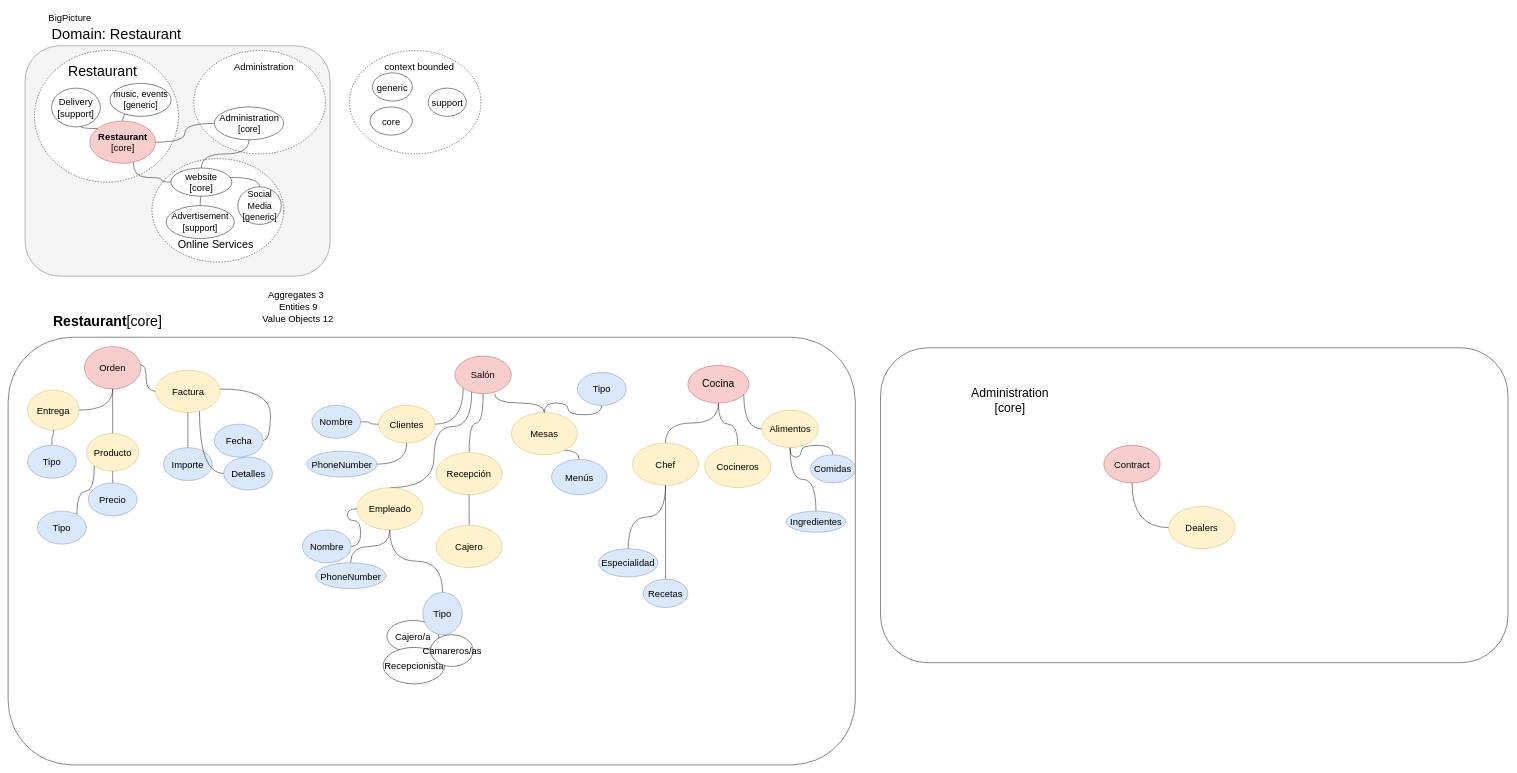
The draw.io diagram page "Análisis" (1 of 3) of DDD Models/reto_burgerRestaurant.drawio in fabrikolof/reto_burgerRestaurant, before the edit. Source tidied: cells renumbered, new cells numbered last; positions are measured from the earlier drawing's top-left corner, leaving out a move shared by most shapes. Both pictures are drawn from the tidied source at 47%, with x=0, y=0 at pixel (8, -488).
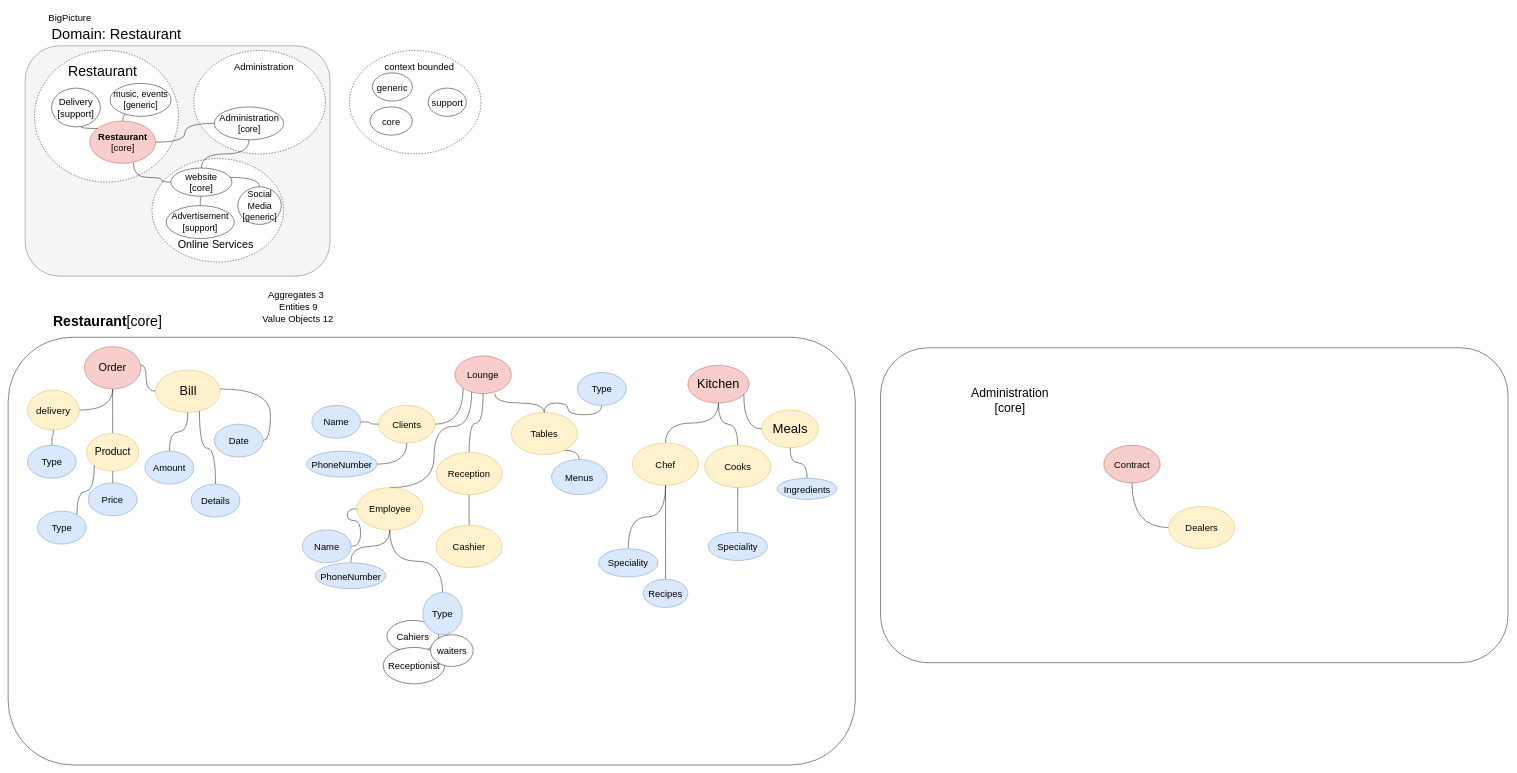
After the change.

Change to the diagram source:
```diff
@@
-    <mxCell id="21" value="&lt;font style=&quot;font-size: 20px;&quot;&gt;Entrega&lt;/font&gt;" style="ellipse;whiteSpace=wrap;html=1;fillColor=#fff2cc;strokeColor=#d6b656;" parent="1" vertex="1">
+    <mxCell id="21" value="&lt;font style=&quot;font-size: 21px;&quot;&gt;delivery&lt;/font&gt;" style="ellipse;whiteSpace=wrap;html=1;fillColor=#fff2cc;strokeColor=#d6b656;" parent="1" vertex="1">
       <mxGeometry x="41" y="1867.5" width="110" height="85" as="geometry" />
     </mxCell>
@@
-    <mxCell id="23" value="&lt;font style=&quot;font-size: 20px;&quot;&gt;Producto&lt;/font&gt;" style="ellipse;whiteSpace=wrap;html=1;fillColor=#fff2cc;strokeColor=#d6b656;" parent="1" vertex="1">
+    <mxCell id="23" value="&lt;font style=&quot;font-size: 22px;&quot;&gt;Product&lt;/font&gt;" style="ellipse;whiteSpace=wrap;html=1;fillColor=#fff2cc;strokeColor=#d6b656;" parent="1" vertex="1">
       <mxGeometry x="166.6" y="1960" width="111.2" height="80" as="geometry" />
     </mxCell>
-    <mxCell id="24" value="&lt;font style=&quot;font-size: 20px;&quot;&gt;Orden&lt;/font&gt;" style="ellipse;whiteSpace=wrap;html=1;fillColor=#f8cecc;strokeColor=#b85450;" parent="1" vertex="1">
+    <mxCell id="24" value="&lt;font style=&quot;font-size: 23px;&quot;&gt;Order&lt;/font&gt;" style="ellipse;whiteSpace=wrap;html=1;fillColor=#f8cecc;strokeColor=#b85450;" parent="1" vertex="1">
       <mxGeometry x="162.2" y="1775" width="120" height="90" as="geometry" />
     </mxCell>
@@
-    <mxCell id="26" value="&lt;font style=&quot;font-size: 20px;&quot;&gt;Factura&lt;/font&gt;" style="ellipse;whiteSpace=wrap;html=1;fillColor=#fff2cc;strokeColor=#d6b656;" parent="1" vertex="1">
+    <mxCell id="26" value="&lt;font style=&quot;font-size: 27px;&quot;&gt;B&lt;/font&gt;&lt;font style=&quot;font-size: 27px;&quot;&gt;&lt;span dir=&quot;ltr&quot; tabindex=&quot;0&quot; role=&quot;button&quot; class=&quot;kgnlhe&quot;&gt;&lt;font style=&quot;font-size: 27px;&quot;&gt;i&lt;/font&gt;ll&lt;/span&gt;&lt;/font&gt;" style="ellipse;whiteSpace=wrap;html=1;fillColor=#fff2cc;strokeColor=#d6b656;" parent="1" vertex="1">
       <mxGeometry x="313.5" y="1825" width="137.5" height="90" as="geometry" />
     </mxCell>
@@
-    <mxCell id="28" value="Clientes" style="ellipse;whiteSpace=wrap;html=1;fontSize=20;fillColor=#fff2cc;strokeColor=#d6b656;" parent="1" vertex="1">
+    <mxCell id="28" value="Clients" style="ellipse;whiteSpace=wrap;html=1;fontSize=20;fillColor=#fff2cc;strokeColor=#d6b656;" parent="1" vertex="1">
       <mxGeometry x="787.9" y="1900" width="120" height="80" as="geometry" />
     </mxCell>
-    <mxCell id="29" style="edgeStyle=orthogonalEdgeStyle;curved=1;jettySize=auto;html=1;fontSize=20;endArrow=none;endFill=0;" parent="1" edge="1" source="30" target="65">
-      <mxGeometry relative="1" as="geometry" />
-    </mxCell>
-    <mxCell id="30" value="Comidas" style="ellipse;whiteSpace=wrap;html=1;fontSize=20;fillColor=#dae8fc;strokeColor=#6c8ebf;" parent="1" vertex="1">
-      <mxGeometry x="1707.2" y="2005" width="95" height="60" as="geometry" />
-    </mxCell>
@@
-    <mxCell id="32" value="Menús" style="ellipse;whiteSpace=wrap;html=1;fontSize=20;fillColor=#dae8fc;strokeColor=#6c8ebf;" parent="1" vertex="1">
+    <mxCell id="32" value="Menus" style="ellipse;whiteSpace=wrap;html=1;fontSize=20;fillColor=#dae8fc;strokeColor=#6c8ebf;" parent="1" vertex="1">
       <mxGeometry x="1156" y="2015" width="118.1" height="75" as="geometry" />
     </mxCell>
-    <mxCell id="33" value="Salón" style="ellipse;whiteSpace=wrap;html=1;fontSize=20;fillColor=#f8cecc;strokeColor=#b85450;" parent="1" vertex="1">
+    <mxCell id="33" value="&lt;span dir=&quot;ltr&quot; tabindex=&quot;0&quot; role=&quot;button&quot; class=&quot;kgnlhe&quot;&gt;Lounge&lt;/span&gt;" style="ellipse;whiteSpace=wrap;html=1;fontSize=20;fillColor=#f8cecc;strokeColor=#b85450;" parent="1" vertex="1">
       <mxGeometry x="950.4" y="1795" width="120" height="80" as="geometry" />
     </mxCell>
@@
-    <mxCell id="35" value="Recepción" style="ellipse;whiteSpace=wrap;html=1;fontSize=20;fillColor=#fff2cc;strokeColor=#d6b656;" parent="1" vertex="1">
+    <mxCell id="35" value="Reception" style="ellipse;whiteSpace=wrap;html=1;fontSize=20;fillColor=#fff2cc;strokeColor=#d6b656;" parent="1" vertex="1">
       <mxGeometry x="910.4" y="2000" width="140.6" height="90" as="geometry" />
     </mxCell>
@@
-    <mxCell id="37" value="Mesas" style="ellipse;whiteSpace=wrap;html=1;fontSize=20;fillColor=#fff2cc;strokeColor=#d6b656;" parent="1" vertex="1">
+    <mxCell id="37" value="Tables" style="ellipse;whiteSpace=wrap;html=1;fontSize=20;fillColor=#fff2cc;strokeColor=#d6b656;" parent="1" vertex="1">
       <mxGeometry x="1070.4" y="1915" width="140.6" height="90" as="geometry" />
     </mxCell>
@@
-    <mxCell id="60" value="&lt;div&gt;Cocineros&lt;/div&gt;" style="ellipse;whiteSpace=wrap;html=1;fontSize=20;fillColor=#fff2cc;strokeColor=#d6b656;" parent="1" vertex="1">
+    <mxCell id="60" value="Cooks" style="ellipse;whiteSpace=wrap;html=1;fontSize=20;fillColor=#fff2cc;strokeColor=#d6b656;" parent="1" vertex="1">
       <mxGeometry x="1481.9" y="1985" width="140.6" height="90" as="geometry" />
     </mxCell>
@@
-    <mxCell id="63" value="&lt;font style=&quot;font-size: 22px;&quot;&gt;Cocina&lt;/font&gt;" style="ellipse;whiteSpace=wrap;html=1;fillColor=#f8cecc;strokeColor=#b85450;" parent="1" vertex="1">
+    <mxCell id="63" value="&lt;font style=&quot;font-size: 27px;&quot;&gt;Kitchen&lt;/font&gt;" style="ellipse;whiteSpace=wrap;html=1;fillColor=#f8cecc;strokeColor=#b85450;" parent="1" vertex="1">
       <mxGeometry x="1446" y="1815" width="130" height="80" as="geometry" />
     </mxCell>
@@
-    <mxCell id="65" value="&lt;font style=&quot;font-size: 20px;&quot;&gt;Alimentos&lt;/font&gt;" style="ellipse;whiteSpace=wrap;html=1;fillColor=#fff2cc;strokeColor=#d6b656;" parent="1" vertex="1">
+    <mxCell id="65" value="&lt;font style=&quot;font-size: 28px;&quot;&gt;Meals&lt;/font&gt;" style="ellipse;whiteSpace=wrap;html=1;fillColor=#fff2cc;strokeColor=#d6b656;" parent="1" vertex="1">
       <mxGeometry x="1603.5" y="1910" width="120" height="80" as="geometry" />
     </mxCell>
@@
-    <mxCell id="67" value="Cajero" style="ellipse;whiteSpace=wrap;html=1;fontSize=20;fillColor=#fff2cc;strokeColor=#d6b656;" parent="1" vertex="1">
+    <mxCell id="67" value="C&lt;span dir=&quot;ltr&quot; tabindex=&quot;0&quot; role=&quot;button&quot; class=&quot;kgnlhe&quot;&gt;ashier&lt;/span&gt;" style="ellipse;whiteSpace=wrap;html=1;fontSize=20;fillColor=#fff2cc;strokeColor=#d6b656;" parent="1" vertex="1">
       <mxGeometry x="910.4" y="2155" width="140.6" height="90" as="geometry" />
     </mxCell>
-    <mxCell id="68" value="Cajero/a" style="ellipse;whiteSpace=wrap;html=1;fontSize=20;" parent="1" vertex="1">
+    <mxCell id="68" value="Cahiers" style="ellipse;whiteSpace=wrap;html=1;fontSize=20;" parent="1" vertex="1">
       <mxGeometry x="805.7" y="2357.5" width="110.3" height="67.5" as="geometry" />
     </mxCell>
-    <mxCell id="69" value="Recepcionista" style="ellipse;whiteSpace=wrap;html=1;fontSize=20;" parent="1" vertex="1">
+    <mxCell id="69" value="Receptionist" style="ellipse;whiteSpace=wrap;html=1;fontSize=20;" parent="1" vertex="1">
       <mxGeometry x="797.9" y="2415" width="130.6" height="77.5" as="geometry" />
     </mxCell>
@@
-    <mxCell id="71" value="Ingredientes" style="ellipse;whiteSpace=wrap;html=1;fontSize=20;fillColor=#dae8fc;strokeColor=#6c8ebf;" parent="1" vertex="1">
-      <mxGeometry x="1654.8" y="2125" width="127.5" height="45" as="geometry" />
+    <mxCell id="71" value="Ingredients" style="ellipse;whiteSpace=wrap;html=1;fontSize=20;fillColor=#dae8fc;strokeColor=#6c8ebf;" parent="1" vertex="1">
+      <mxGeometry x="1636" y="2055" width="127.5" height="45" as="geometry" />
     </mxCell>
@@
-    <mxCell id="73" value="Recetas" style="ellipse;whiteSpace=wrap;html=1;fontSize=20;fillColor=#dae8fc;strokeColor=#6c8ebf;" parent="1" vertex="1">
+    <mxCell id="73" value="Recipes" style="ellipse;whiteSpace=wrap;html=1;fontSize=20;fillColor=#dae8fc;strokeColor=#6c8ebf;" parent="1" vertex="1">
       <mxGeometry x="1351" y="2270" width="95" height="60" as="geometry" />
     </mxCell>
@@
-    <mxCell id="75" value="Especialidad" style="ellipse;whiteSpace=wrap;html=1;fontSize=20;fillColor=#dae8fc;strokeColor=#6c8ebf;" parent="1" vertex="1">
+    <mxCell id="75" value="Speciality" style="ellipse;whiteSpace=wrap;html=1;fontSize=20;fillColor=#dae8fc;strokeColor=#6c8ebf;" parent="1" vertex="1">
       <mxGeometry x="1256" y="2205" width="126.2" height="60" as="geometry" />
     </mxCell>
@@
-    <mxCell id="80" value="Precio" style="ellipse;whiteSpace=wrap;html=1;fontSize=20;fillColor=#dae8fc;strokeColor=#6c8ebf;" parent="1" vertex="1">
+    <mxCell id="80" value="Price" style="ellipse;whiteSpace=wrap;html=1;fontSize=20;fillColor=#dae8fc;strokeColor=#6c8ebf;" parent="1" vertex="1">
       <mxGeometry x="170.4" y="2065" width="103.8" height="70" as="geometry" />
     </mxCell>
@@
-    <mxCell id="82" value="Tipo" style="ellipse;whiteSpace=wrap;html=1;fontSize=20;fillColor=#dae8fc;strokeColor=#6c8ebf;" parent="1" vertex="1">
+    <mxCell id="82" value="Type" style="ellipse;whiteSpace=wrap;html=1;fontSize=20;fillColor=#dae8fc;strokeColor=#6c8ebf;" parent="1" vertex="1">
       <mxGeometry x="41" y="1985" width="103.8" height="70" as="geometry" />
     </mxCell>
@@
-    <mxCell id="84" value="Tipo" style="ellipse;whiteSpace=wrap;html=1;fontSize=20;fillColor=#dae8fc;strokeColor=#6c8ebf;" parent="1" vertex="1">
+    <mxCell id="84" value="Type" style="ellipse;whiteSpace=wrap;html=1;fontSize=20;fillColor=#dae8fc;strokeColor=#6c8ebf;" parent="1" vertex="1">
       <mxGeometry x="62.2" y="2125" width="103.8" height="70" as="geometry" />
     </mxCell>
@@
-    <mxCell id="86" value="Nombre" style="ellipse;whiteSpace=wrap;html=1;fontSize=20;fillColor=#dae8fc;strokeColor=#6c8ebf;" parent="1" vertex="1">
+    <mxCell id="86" value="Name" style="ellipse;whiteSpace=wrap;html=1;fontSize=20;fillColor=#dae8fc;strokeColor=#6c8ebf;" parent="1" vertex="1">
       <mxGeometry x="646" y="1900" width="103.8" height="70" as="geometry" />
     </mxCell>
@@
-    <mxCell id="90" value="Empleado" style="ellipse;whiteSpace=wrap;html=1;fontSize=20;fillColor=#fff2cc;strokeColor=#d6b656;" parent="1" vertex="1">
+    <mxCell id="90" value="Employee" style="ellipse;whiteSpace=wrap;html=1;fontSize=20;fillColor=#fff2cc;strokeColor=#d6b656;" parent="1" vertex="1">
       <mxGeometry x="741.6" y="2075" width="140.6" height="90" as="geometry" />
     </mxCell>
@@
-    <mxCell id="92" value="Nombre" style="ellipse;whiteSpace=wrap;html=1;fontSize=20;fillColor=#dae8fc;strokeColor=#6c8ebf;" parent="1" vertex="1">
+    <mxCell id="92" value="Name" style="ellipse;whiteSpace=wrap;html=1;fontSize=20;fillColor=#dae8fc;strokeColor=#6c8ebf;" parent="1" vertex="1">
       <mxGeometry x="626" y="2165" width="103.8" height="70" as="geometry" />
     </mxCell>
@@
-    <mxCell id="96" value="Tipo" style="ellipse;whiteSpace=wrap;html=1;fontSize=20;fillColor=#dae8fc;strokeColor=#6c8ebf;" parent="1" vertex="1">
+    <mxCell id="96" value="Type" style="ellipse;whiteSpace=wrap;html=1;fontSize=20;fillColor=#dae8fc;strokeColor=#6c8ebf;" parent="1" vertex="1">
       <mxGeometry x="882.2" y="2298" width="83.8" height="90" as="geometry" />
     </mxCell>
@@
-    <mxCell id="98" value="Tipo" style="ellipse;whiteSpace=wrap;html=1;fontSize=20;fillColor=#dae8fc;strokeColor=#6c8ebf;" parent="1" vertex="1">
+    <mxCell id="98" value="Type" style="ellipse;whiteSpace=wrap;html=1;fontSize=20;fillColor=#dae8fc;strokeColor=#6c8ebf;" parent="1" vertex="1">
       <mxGeometry x="1211" y="1830" width="103.8" height="70" as="geometry" />
     </mxCell>
-    <mxCell id="99" value="Camareros/as" style="ellipse;whiteSpace=wrap;html=1;fontSize=20;" parent="1" vertex="1">
+    <mxCell id="99" value="&lt;span class=&quot;VIiyi&quot; lang=&quot;en&quot;&gt;&lt;span class=&quot;JLqJ4b ChMk0b&quot;&gt;&lt;span class=&quot;Q4iAWc&quot;&gt;waiters&lt;/span&gt;&lt;/span&gt;&lt;/span&gt;" style="ellipse;whiteSpace=wrap;html=1;fontSize=20;" parent="1" vertex="1">
       <mxGeometry x="898.5" y="2388" width="90.6" height="67.5" as="geometry" />
     </mxCell>
@@
-    <mxCell id="101" value="Importe" style="ellipse;whiteSpace=wrap;html=1;fontSize=20;fillColor=#dae8fc;strokeColor=#6c8ebf;" parent="1" vertex="1">
-      <mxGeometry x="330.4" y="1990" width="103.8" height="70" as="geometry" />
+    <mxCell id="101" value="&lt;span class=&quot;VIiyi&quot; lang=&quot;en&quot;&gt;&lt;span class=&quot;JLqJ4b ChMk0b&quot;&gt;&lt;span class=&quot;Q4iAWc&quot;&gt;Amount&lt;/span&gt;&lt;/span&gt;&lt;/span&gt;" style="ellipse;whiteSpace=wrap;html=1;fontSize=20;fillColor=#dae8fc;strokeColor=#6c8ebf;" parent="1" vertex="1">
+      <mxGeometry x="291" y="1997.5" width="103.8" height="70" as="geometry" />
     </mxCell>
@@
-    <mxCell id="103" value="Detalles" style="ellipse;whiteSpace=wrap;html=1;fontSize=20;fillColor=#dae8fc;strokeColor=#6c8ebf;" parent="1" vertex="1">
-      <mxGeometry x="458.5" y="2010" width="103.8" height="70" as="geometry" />
+    <mxCell id="103" value="Details" style="ellipse;whiteSpace=wrap;html=1;fontSize=20;fillColor=#dae8fc;strokeColor=#6c8ebf;" parent="1" vertex="1">
+      <mxGeometry x="389.1" y="2067.5" width="103.8" height="70" as="geometry" />
     </mxCell>
@@
-    <mxCell id="105" value="Fecha" style="ellipse;whiteSpace=wrap;html=1;fontSize=20;fillColor=#dae8fc;strokeColor=#6c8ebf;" parent="1" vertex="1">
+    <mxCell id="105" value="Date" style="ellipse;whiteSpace=wrap;html=1;fontSize=20;fillColor=#dae8fc;strokeColor=#6c8ebf;" parent="1" vertex="1">
       <mxGeometry x="438.5" y="1940" width="103.8" height="70" as="geometry" />
     </mxCell>
+    <mxCell id="106" style="edgeStyle=orthogonalEdgeStyle;curved=1;jettySize=auto;html=1;fontSize=27;endArrow=none;endFill=0;" parent="1" edge="1" source="107" target="60">
+      <mxGeometry relative="1" as="geometry" />
+    </mxCell>
+    <mxCell id="107" value="Speciality" style="ellipse;whiteSpace=wrap;html=1;fontSize=20;fillColor=#dae8fc;strokeColor=#6c8ebf;" parent="1" vertex="1">
+      <mxGeometry x="1489.1" y="2170" width="126.2" height="60" as="geometry" />
+    </mxCell>
```
